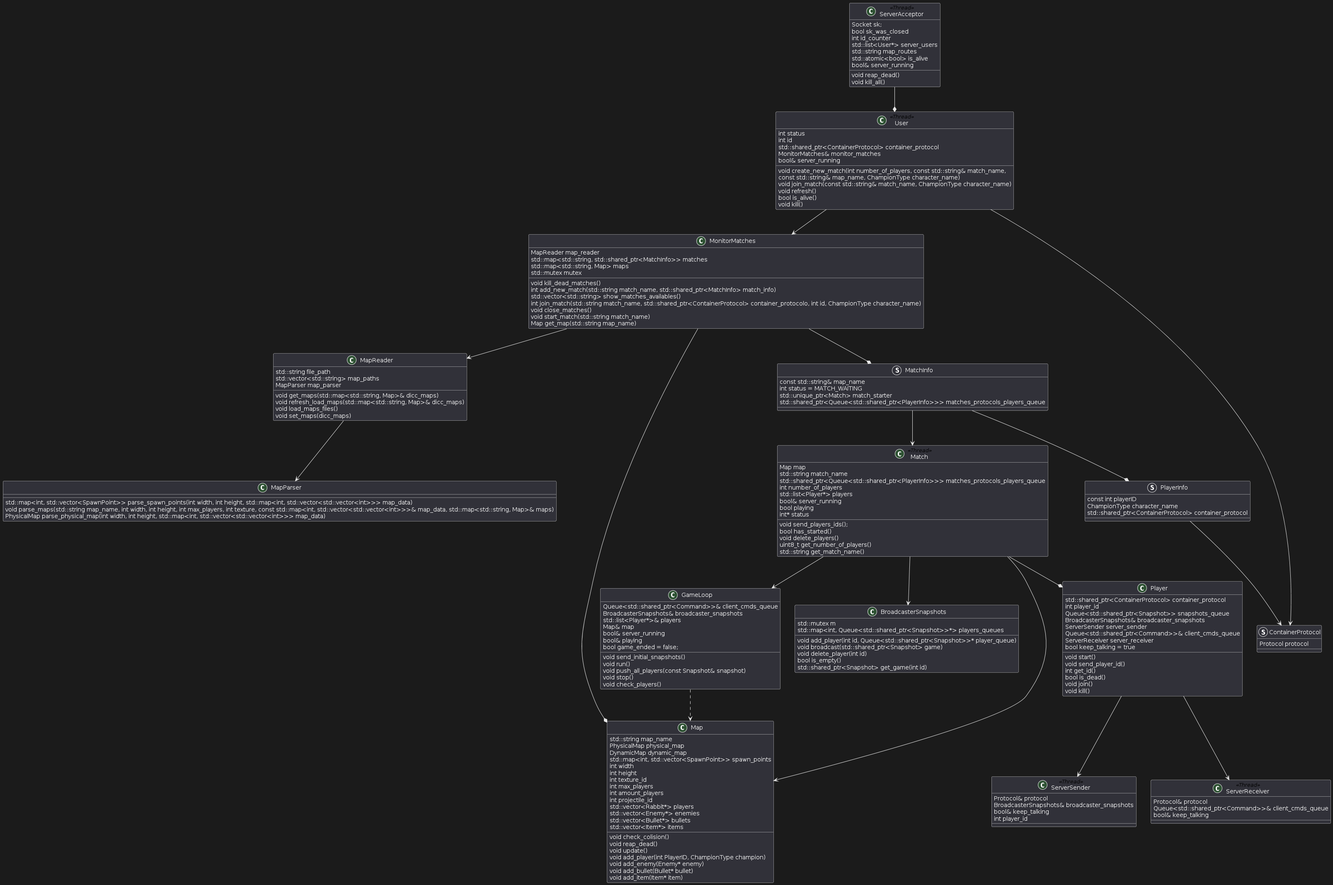
This is documentation/UMLS/server.png from Taller-de-Programacion-1-1C2024-GRUPO1/TP-Jazz-Jackrabbit-2, a PlantUML export, as it was before one commit. Source of this version:
```plantuml
@startuml
class ServerAcceptor <<Thread>> {
    Socket sk;
    bool sk_was_closed
    int id_counter
    std::list<User*> server_users
    std::string map_routes
    std::atomic<bool> is_alive
    bool& server_running
    void reap_dead()
    void kill_all()
}

class GameLoop {
    Queue<std::shared_ptr<Command>>& client_cmds_queue
    BroadcasterSnapshots& broadcaster_snapshots
    std::list<Player*>& players
    Map& map
    bool& server_running
    bool& playing
    bool game_ended = false;
    void send_initial_snapshots()
    void run()
    void push_all_players(const Snapshot& snapshot)
    void stop()
    void check_players()
}

class Match <<Thread>> {
    Map map
    std::string match_name
    std::shared_ptr<Queue<std::shared_ptr<PlayerInfo>>> matches_protocols_players_queue
    int number_of_players
    std::list<Player*> players
    bool& server_running
    bool playing
    int* status
    void send_players_ids();
    bool has_started()
    void delete_players()
    uint8_t get_number_of_players()
    std::string get_match_name()
}

class Player {
    std::shared_ptr<ContainerProtocol> container_protocol
    int player_id
    Queue<std::shared_ptr<Snapshot>> snapshots_queue
    BroadcasterSnapshots& broadcaster_snapshots
    ServerSender server_sender
    Queue<std::shared_ptr<Command>>& client_cmds_queue
    ServerReceiver server_receiver
    bool keep_talking = true
    void start()
    void send_player_id()
    int get_id()
    bool is_dead()
    void join()
    void kill()
}

class User <<Thread>> {
    int status
    int id
    std::shared_ptr<ContainerProtocol> container_protocol
    MonitorMatches& monitor_matches
    bool& server_running
    void create_new_match(int number_of_players, const std::string& match_name,
                          const std::string& map_name, ChampionType character_name)
    void join_match(const std::string& match_name, ChampionType character_name)
    void refresh()
    bool is_alive()
    void kill()
}

class MonitorMatches {
    MapReader map_reader
    std::map<std::string, std::shared_ptr<MatchInfo>> matches
    std::map<std::string, Map> maps
    std::mutex mutex
    void kill_dead_matches()
    int add_new_match(std::string match_name, std::shared_ptr<MatchInfo> match_info)
    std::vector<std::string> show_matches_availables()
    int join_match(std::string match_name, std::shared_ptr<ContainerProtocol> container_protocolo, int id, ChampionType character_name)
    void close_matches()
    void start_match(std::string match_name)
    Map get_map(std::string map_name)
}

class ServerReceiver <<Thread>> {
    Protocol& protocol
    Queue<std::shared_ptr<Command>>& client_cmds_queue
    bool& keep_talking
}

class ServerSender <<Thread>> {
    Protocol& protocol
    BroadcasterSnapshots& broadcaster_snapshots
    bool& keep_talking
    int player_id
}

class BroadcasterSnapshots {
    std::mutex m
    std::map<int, Queue<std::shared_ptr<Snapshot>>*> players_queues
    void add_player(int id, Queue<std::shared_ptr<Snapshot>>* player_queue)
    void broadcast(std::shared_ptr<Snapshot> game)
    void delete_player(int id)
    bool is_empty()
    std::shared_ptr<Snapshot> get_game(int id)
}

struct PlayerInfo {
    const int playerID
    ChampionType character_name
    std::shared_ptr<ContainerProtocol> container_protocol
}

struct MatchInfo {
    const std::string& map_name
    int status = MATCH_WAITING
    std::unique_ptr<Match> match_starter
    std::shared_ptr<Queue<std::shared_ptr<PlayerInfo>>> matches_protocols_players_queue
}

struct ContainerProtocol {
    Protocol protocol
}

class MapReader {
    std::string file_path
    std::vector<std::string> map_paths
    MapParser map_parser
    void get_maps(std::map<std::string, Map>& dicc_maps)
    void refresh_load_maps(std::map<std::string, Map>& dicc_maps)
    void load_maps_files()
    void set_maps(dicc_maps)
}

class MapParser {
    std::map<int, std::vector<SpawnPoint>> parse_spawn_points(int width, int height, std::map<int, std::vector<std::vector<int>>> map_data)
    void parse_maps(std::string map_name, int width, int height, int max_players, int texture, const std::map<int, std::vector<std::vector<int>>>& map_data, std::map<std::string, Map>& maps)
    PhysicalMap parse_physical_map(int width, int height, std::map<int, std::vector<std::vector<int>>> map_data)
}

class Map {
    std::string map_name
    PhysicalMap physical_map
    DynamicMap dynamic_map
    std::map<int, std::vector<SpawnPoint>> spawn_points
    int width
    int height
    int texture_id
    int max_players
    int amount_players
    int projectile_id
    std::vector<Rabbit*> players
    std::vector<Enemy*> enemies
    std::vector<Bullet*> bullets
    std::vector<Item*> items
    void check_colision()
    void reap_dead()
    void update()
    void add_player(int PlayerID, ChampionType champion)
    void add_enemy(Enemy* enemy)
    void add_bullet(Bullet* bullet)
    void add_item(Item* item)
}



ServerAcceptor --* User

User --> ContainerProtocol
User --> MonitorMatches
MonitorMatches --> MapReader
MapReader --> MapParser
MonitorMatches --* Map
MonitorMatches --* MatchInfo
MatchInfo --> Match
MatchInfo --* PlayerInfo
PlayerInfo --> ContainerProtocol
Match --* Player
Match --> BroadcasterSnapshots
Player --> ServerSender
Player --> ServerReceiver
Match --> GameLoop
Match --> Map
GameLoop ..> Map
@enduml
```
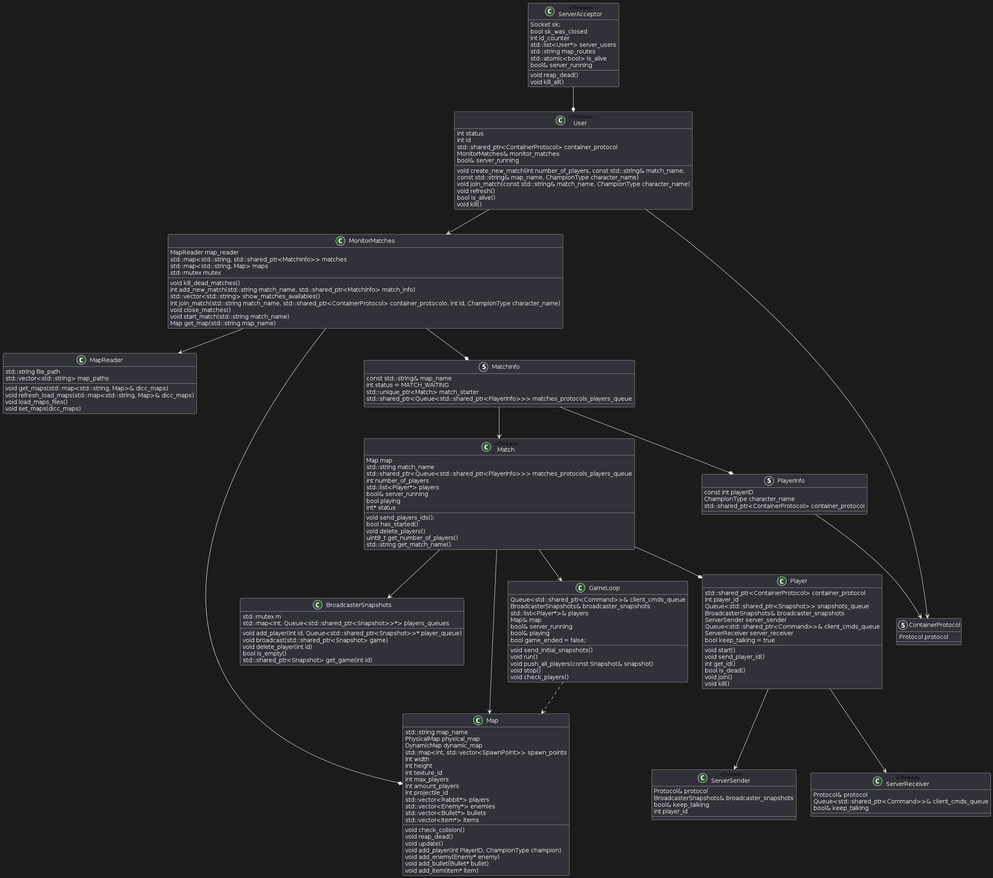
After the commit.

Commit message:
Fix: documentation - se borra map parser

Diff of the diagram source:
```diff
@@ -130,17 +130,10 @@
 class MapReader {
     std::string file_path
     std::vector<std::string> map_paths
-    MapParser map_parser
     void get_maps(std::map<std::string, Map>& dicc_maps)
     void refresh_load_maps(std::map<std::string, Map>& dicc_maps)
     void load_maps_files()
     void set_maps(dicc_maps)
-}
-
-class MapParser {
-    std::map<int, std::vector<SpawnPoint>> parse_spawn_points(int width, int height, std::map<int, std::vector<std::vector<int>>> map_data)
-    void parse_maps(std::string map_name, int width, int height, int max_players, int texture, const std::map<int, std::vector<std::vector<int>>>& map_data, std::map<std::string, Map>& maps)
-    PhysicalMap parse_physical_map(int width, int height, std::map<int, std::vector<std::vector<int>>> map_data)
 }
 
 class Map {
@@ -167,14 +160,10 @@
     void add_item(Item* item)
 }
 
-
-
 ServerAcceptor --* User
-
 User --> ContainerProtocol
 User --> MonitorMatches
 MonitorMatches --> MapReader
-MapReader --> MapParser
 MonitorMatches --* Map
 MonitorMatches --* MatchInfo
 MatchInfo --> Match
```
